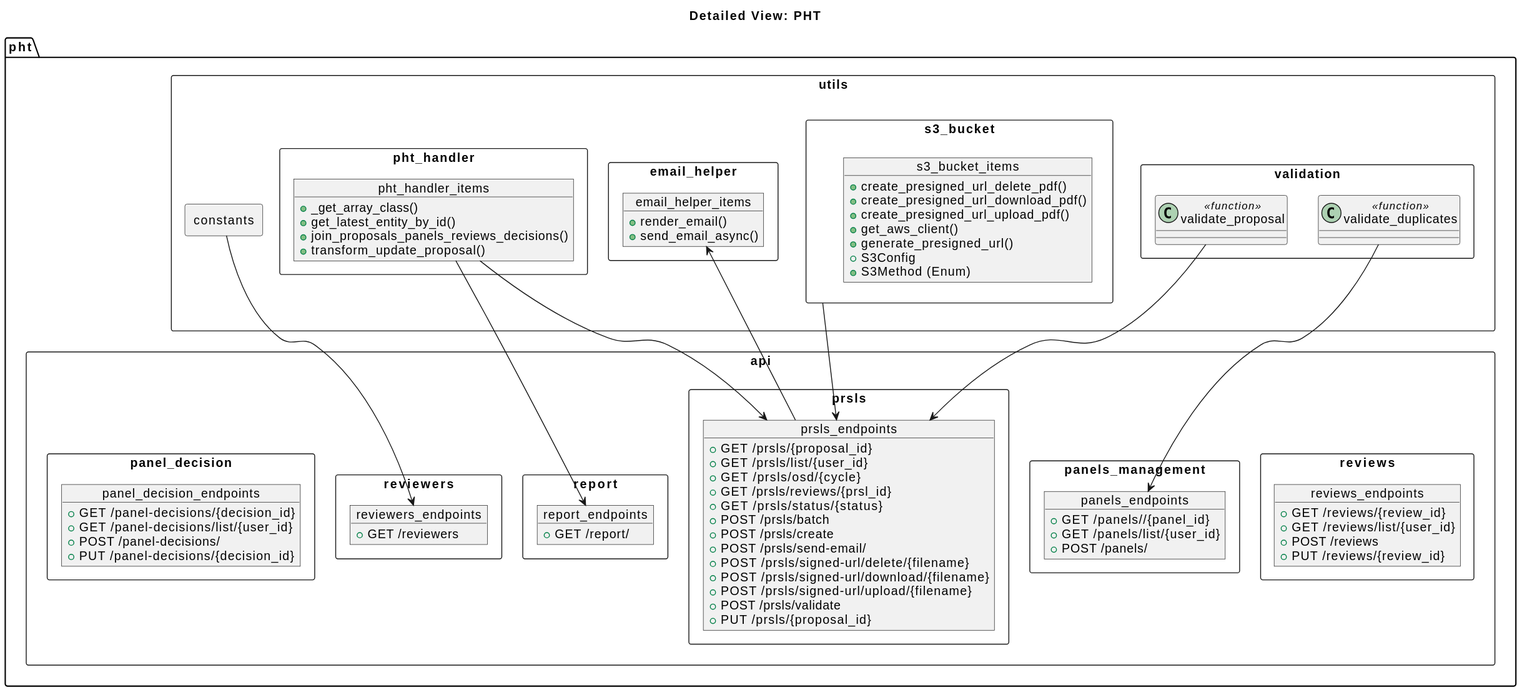
Before: docs/src/internal/diagrams/module_view_pht.svg, a diagram exported from PlantUML (ska-telescope/ska-oso-services).
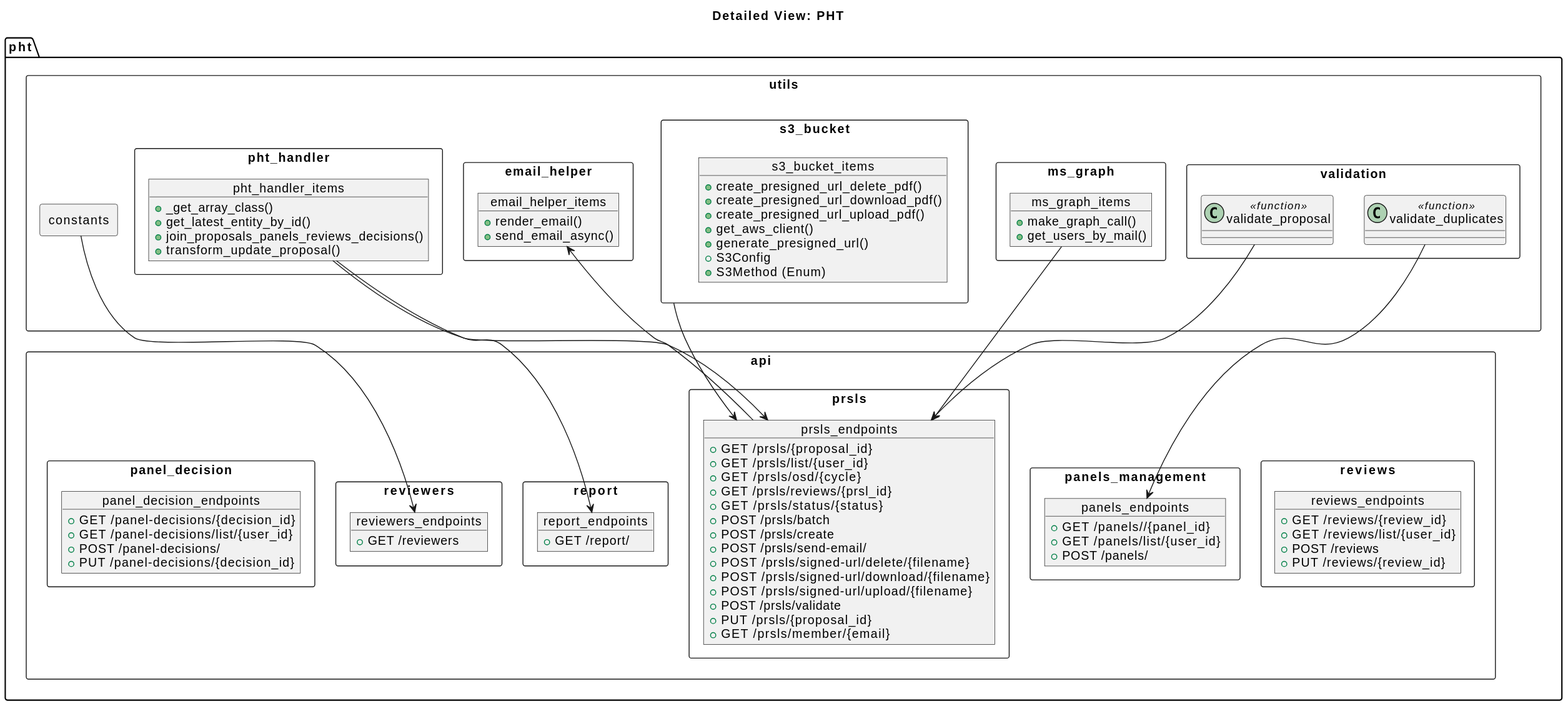
Above is the later version.

Change to the diagram source:
```diff
@@ -39,6 +39,7 @@
                 + POST /prsls/signed-url/upload/{filename}
                 + POST /prsls/validate
                 + PUT /prsls/{proposal_id}
+                + GET /prsls/member/{email}
             }
         }
 
@@ -79,6 +80,12 @@
                 + transform_update_proposal()
             }
         }
+        package "ms_graph" <<Rectangle>> {
+            object ms_graph_items {
+                + make_graph_call()
+                + get_users_by_mail()
+            }
+        }
         package "s3_bucket" <<Rectangle>> {
             object s3_bucket_items {
                 + create_presigned_url_delete_pdf()
@@ -106,6 +113,7 @@
     pht_handler_items --> prsls_endpoints
     pht_handler_items --> report_endpoints
     constants --> reviewers_endpoints
+    ms_graph_items --> prsls_endpoints
 
 
 }
```
